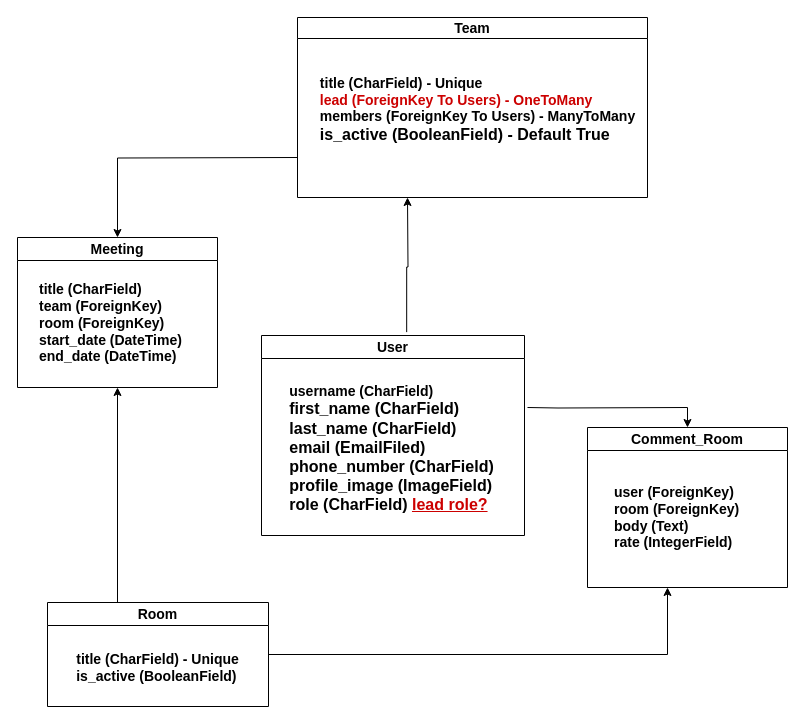
This is event-planner.drawio from mraghdasi/event-planner, a draw.io file, before an edit. Source tidied: cells renumbered, new cells numbered last; positions are measured from the earlier drawing's top-left corner, leaving out a move shared by most shapes. Both pictures are drawn from the tidied source at 100%, with x=0, y=0 at pixel (17, 17).
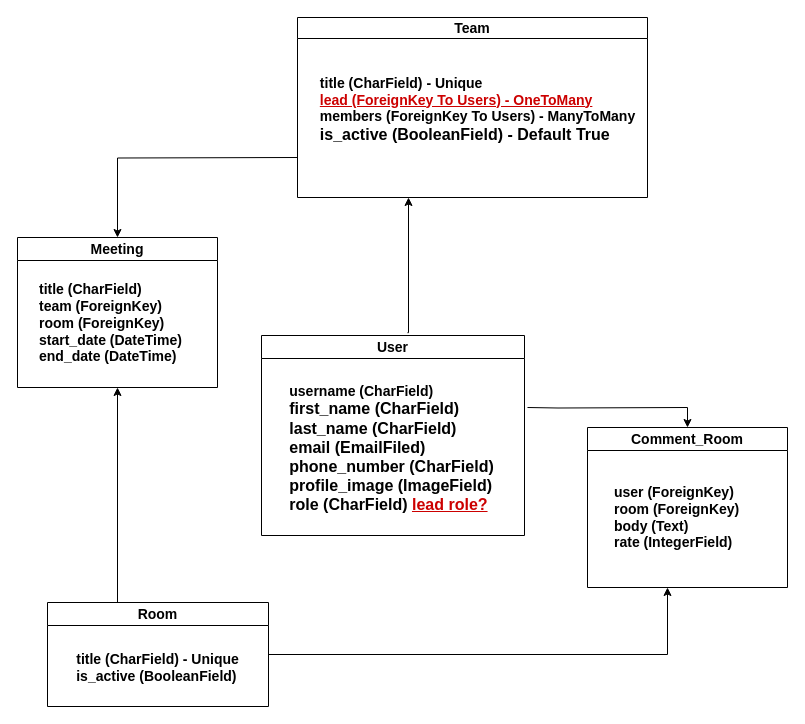
Above is the later version.

The change refers to these unchanged cells:
```xml
<mxCell id="3" value="&lt;font style=&quot;font-size: 14px;&quot;&gt;User&lt;/font&gt;" style="swimlane;whiteSpace=wrap;html=1;startSize=23;" parent="1" vertex="1">
  <mxGeometry x="244" y="318" width="263" height="200" as="geometry" />
</mxCell>
<mxCell id="6" value="&lt;font style=&quot;font-size: 14px;&quot;&gt;Team&lt;/font&gt;" style="swimlane;whiteSpace=wrap;html=1;startSize=21;" parent="1" vertex="1">
  <mxGeometry x="280" width="350" height="180" as="geometry" />
</mxCell>
```

The edit, as a diff of the source:
```diff
@@
-    <mxCell id="7" value="&lt;div style=&quot;text-align: left;&quot;&gt;&lt;/div&gt;&lt;b style=&quot;border-color: var(--border-color);&quot;&gt;&lt;div style=&quot;text-align: left;&quot;&gt;&lt;b style=&quot;background-color: initial; border-color: var(--border-color);&quot;&gt;&lt;font style=&quot;font-size: 14px;&quot;&gt;&lt;b style=&quot;border-color: var(--border-color);&quot;&gt;title&amp;nbsp;&lt;/b&gt;(&lt;b style=&quot;font-size: 12px; background-color: initial; border-color: var(--border-color);&quot;&gt;&lt;font style=&quot;font-size: 14px;&quot;&gt;CharField&lt;/font&gt;&lt;/b&gt;) - Unique&lt;/font&gt;&lt;/b&gt;&lt;/div&gt;&lt;div style=&quot;text-align: left;&quot;&gt;&lt;b style=&quot;background-color: initial; border-color: var(--border-color);&quot;&gt;&lt;font style=&quot;font-size: 14px;&quot;&gt;&lt;font color=&quot;#cc0000&quot;&gt;lead (ForeignKey To Users) - OneToMany&lt;br&gt;&lt;/font&gt;&lt;b style=&quot;font-size: 12px; background-color: initial; border-color: var(--border-color);&quot;&gt;&lt;font style=&quot;font-size: 14px;&quot;&gt;&lt;b style=&quot;border-color: var(--border-color);&quot;&gt;members&amp;nbsp;&lt;/b&gt;(ForeignKey To Users) - ManyToMany&lt;/font&gt;&lt;/b&gt;&lt;br&gt;&lt;/font&gt;&lt;/b&gt;&lt;/div&gt;&lt;/b&gt;&lt;div style=&quot;&quot;&gt;&lt;/div&gt;&lt;b style=&quot;border-color: var(--border-color);&quot;&gt;&lt;div style=&quot;text-align: left;&quot;&gt;&lt;font size=&quot;3&quot;&gt;is_active (BooleanField&lt;/font&gt;&lt;span style=&quot;font-size: medium; background-color: initial;&quot;&gt;) - Default True&lt;/span&gt;&lt;/div&gt;&lt;/b&gt;" style="text;html=1;align=center;verticalAlign=middle;strokeColor=none;fillColor=none;" parent="6" vertex="1">
+    <mxCell id="7" value="&lt;div style=&quot;text-align: left;&quot;&gt;&lt;/div&gt;&lt;b style=&quot;border-color: var(--border-color);&quot;&gt;&lt;div style=&quot;text-align: left;&quot;&gt;&lt;b style=&quot;background-color: initial; border-color: var(--border-color);&quot;&gt;&lt;font style=&quot;font-size: 14px;&quot;&gt;&lt;b style=&quot;border-color: var(--border-color);&quot;&gt;title&amp;nbsp;&lt;/b&gt;(&lt;b style=&quot;font-size: 12px; background-color: initial; border-color: var(--border-color);&quot;&gt;&lt;font style=&quot;font-size: 14px;&quot;&gt;CharField&lt;/font&gt;&lt;/b&gt;) - Unique&lt;/font&gt;&lt;/b&gt;&lt;/div&gt;&lt;div style=&quot;text-align: left;&quot;&gt;&lt;b style=&quot;background-color: initial; border-color: var(--border-color);&quot;&gt;&lt;font style=&quot;font-size: 14px;&quot;&gt;&lt;font color=&quot;#cc0000&quot;&gt;&lt;u&gt;lead (ForeignKey To Users) - OneToMany&lt;br&gt;&lt;/u&gt;&lt;/font&gt;&lt;b style=&quot;font-size: 12px; background-color: initial; border-color: var(--border-color);&quot;&gt;&lt;font style=&quot;font-size: 14px;&quot;&gt;&lt;b style=&quot;border-color: var(--border-color);&quot;&gt;members&amp;nbsp;&lt;/b&gt;(ForeignKey To Users) - ManyToMany&lt;/font&gt;&lt;/b&gt;&lt;br&gt;&lt;/font&gt;&lt;/b&gt;&lt;/div&gt;&lt;/b&gt;&lt;div style=&quot;&quot;&gt;&lt;/div&gt;&lt;b style=&quot;border-color: var(--border-color);&quot;&gt;&lt;div style=&quot;text-align: left;&quot;&gt;&lt;font size=&quot;3&quot;&gt;is_active (BooleanField&lt;/font&gt;&lt;span style=&quot;font-size: medium; background-color: initial;&quot;&gt;) - Default True&lt;/span&gt;&lt;/div&gt;&lt;/b&gt;" style="text;html=1;align=center;verticalAlign=middle;strokeColor=none;fillColor=none;" parent="6" vertex="1">
       <mxGeometry x="10" y="52" width="340" height="80" as="geometry" />
     </mxCell>
-    <mxCell id="8" style="edgeStyle=orthogonalEdgeStyle;rounded=0;jettySize=auto;html=1;exitX=0.552;exitY=-0.017;exitDx=0;exitDy=0;exitPerimeter=0;" parent="1" edge="1" source="3">
+    <mxCell id="8" style="edgeStyle=orthogonalEdgeStyle;rounded=0;jettySize=auto;html=1;exitX=0.555;exitY=-0.014;exitDx=0;exitDy=0;exitPerimeter=0;" parent="1" edge="1" source="3">
       <mxGeometry relative="1" as="geometry">
-        <mxPoint x="390" y="180" as="targetPoint" />
+        <mxPoint x="391" y="180" as="targetPoint" />
+        <Array as="points">
+          <mxPoint x="391" y="315" />
+        </Array>
       </mxGeometry>
     </mxCell>
```
